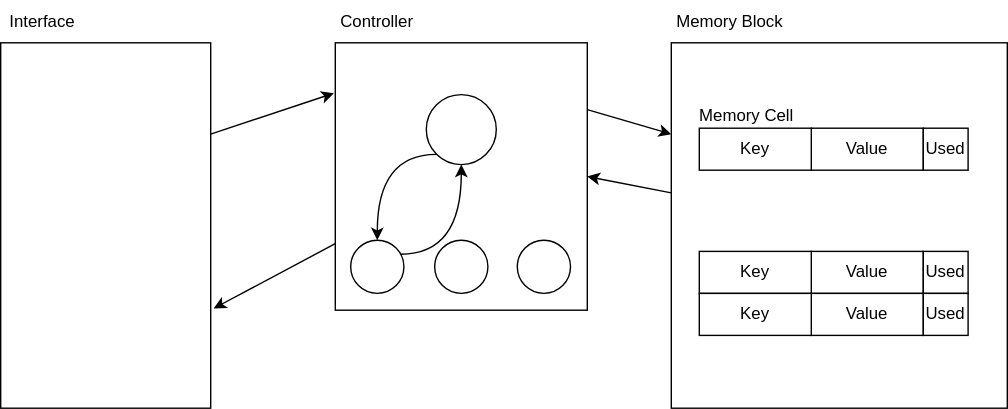
Earlier version of the draw.io export docu/src/diagramme/02_architektur.drawio.svg (philippHecht98/DyC-RedisCacheLibrelane). Source tidied: cells renumbered, new cells last; positions are measured from the earlier drawing's top-left corner, leaving out a move shared by most shapes. The source it was exported from:
```xml
<mxGraphModel>
  <root>
    <mxCell id="0" />
    <mxCell id="1" parent="0" />
    <mxCell id="2" style="edgeStyle=none;html=1;exitX=1;exitY=0.25;exitDx=0;exitDy=0;" parent="1" edge="1" source="3">
      <mxGeometry relative="1" as="geometry">
        <mxPoint x="238" y="66" as="targetPoint" />
      </mxGeometry>
    </mxCell>
    <mxCell id="3" style="rounded=0;whiteSpace=wrap;html=1;" parent="1" vertex="1">
      <mxGeometry y="30" width="150" height="261" as="geometry" />
    </mxCell>
    <mxCell id="4" style="edgeStyle=none;html=1;entryX=0;entryY=0.25;entryDx=0;entryDy=0;exitX=1;exitY=0.25;exitDx=0;exitDy=0;" parent="1" edge="1" source="5" target="7">
      <mxGeometry relative="1" as="geometry" />
    </mxCell>
    <mxCell id="5" style="rounded=0;whiteSpace=wrap;html=1;" parent="1" vertex="1">
      <mxGeometry x="239" y="30" width="180" height="191" as="geometry" />
    </mxCell>
    <mxCell id="6" style="edgeStyle=none;html=1;entryX=1;entryY=0.5;entryDx=0;entryDy=0;" parent="1" edge="1" source="7" target="5">
      <mxGeometry relative="1" as="geometry" />
    </mxCell>
    <mxCell id="7" style="rounded=0;whiteSpace=wrap;html=1;" parent="1" vertex="1">
      <mxGeometry x="479" y="30" width="240" height="261" as="geometry" />
    </mxCell>
    <mxCell id="8" value="Interface" style="text;html=1;align=center;verticalAlign=middle;whiteSpace=wrap;rounded=0;" parent="1" vertex="1">
      <mxGeometry width="60" height="30" as="geometry" />
    </mxCell>
    <mxCell id="9" value="Controller" style="text;html=1;align=center;verticalAlign=middle;whiteSpace=wrap;rounded=0;" parent="1" vertex="1">
      <mxGeometry x="239" width="60" height="30" as="geometry" />
    </mxCell>
    <mxCell id="10" value="Memory Block" style="text;html=1;align=center;verticalAlign=middle;whiteSpace=wrap;rounded=0;" parent="1" vertex="1">
      <mxGeometry x="479" width="84" height="30" as="geometry" />
    </mxCell>
    <mxCell id="11" value="Value" style="rounded=0;whiteSpace=wrap;html=1;" parent="1" vertex="1">
      <mxGeometry x="579" y="91" width="80" height="30" as="geometry" />
    </mxCell>
    <mxCell id="12" value="Used" style="rounded=0;whiteSpace=wrap;html=1;" parent="1" vertex="1">
      <mxGeometry x="659" y="91" width="32" height="30" as="geometry" />
    </mxCell>
    <mxCell id="13" value="Key" style="rounded=0;whiteSpace=wrap;html=1;" parent="1" vertex="1">
      <mxGeometry x="499" y="91" width="80" height="30" as="geometry" />
    </mxCell>
    <mxCell id="14" value="Value" style="rounded=0;whiteSpace=wrap;html=1;" parent="1" vertex="1">
      <mxGeometry x="579" y="179" width="80" height="30" as="geometry" />
    </mxCell>
    <mxCell id="15" value="Used" style="rounded=0;whiteSpace=wrap;html=1;" parent="1" vertex="1">
      <mxGeometry x="659" y="179" width="32" height="30" as="geometry" />
    </mxCell>
    <mxCell id="16" value="Key" style="rounded=0;whiteSpace=wrap;html=1;" parent="1" vertex="1">
      <mxGeometry x="499" y="179" width="80" height="30" as="geometry" />
    </mxCell>
    <mxCell id="17" value="Value" style="rounded=0;whiteSpace=wrap;html=1;" parent="1" vertex="1">
      <mxGeometry x="579" y="209" width="80" height="30" as="geometry" />
    </mxCell>
    <mxCell id="18" value="Used" style="rounded=0;whiteSpace=wrap;html=1;" parent="1" vertex="1">
      <mxGeometry x="659" y="209" width="32" height="30" as="geometry" />
    </mxCell>
    <mxCell id="19" value="Key" style="rounded=0;whiteSpace=wrap;html=1;" parent="1" vertex="1">
      <mxGeometry x="499" y="209" width="80" height="30" as="geometry" />
    </mxCell>
    <mxCell id="20" value="Memory Cell" style="text;html=1;align=center;verticalAlign=middle;whiteSpace=wrap;rounded=0;" parent="1" vertex="1">
      <mxGeometry x="491" y="67" width="84" height="30" as="geometry" />
    </mxCell>
    <mxCell id="21" style="edgeStyle=orthogonalEdgeStyle;html=1;entryX=0.5;entryY=0;entryDx=0;entryDy=0;curved=1;exitX=0;exitY=1;exitDx=0;exitDy=0;" parent="1" edge="1" source="22" target="24">
      <mxGeometry relative="1" as="geometry" />
    </mxCell>
    <mxCell id="22" style="ellipse;whiteSpace=wrap;html=1;" parent="1" vertex="1">
      <mxGeometry x="304" y="67" width="50" height="50" as="geometry" />
    </mxCell>
    <mxCell id="23" style="edgeStyle=orthogonalEdgeStyle;html=1;entryX=0.5;entryY=1;entryDx=0;entryDy=0;curved=1;" parent="1" edge="1" source="24" target="22">
      <mxGeometry relative="1" as="geometry">
        <Array as="points">
          <mxPoint x="329" y="181" />
        </Array>
      </mxGeometry>
    </mxCell>
    <mxCell id="24" style="ellipse;whiteSpace=wrap;html=1;" parent="1" vertex="1">
      <mxGeometry x="250" y="171" width="38" height="38" as="geometry" />
    </mxCell>
    <mxCell id="25" style="ellipse;whiteSpace=wrap;html=1;" parent="1" vertex="1">
      <mxGeometry x="310" y="171" width="38" height="38" as="geometry" />
    </mxCell>
    <mxCell id="26" style="ellipse;whiteSpace=wrap;html=1;" parent="1" vertex="1">
      <mxGeometry x="369" y="171" width="38" height="38" as="geometry" />
    </mxCell>
    <mxCell id="27" style="edgeStyle=none;html=1;entryX=1.014;entryY=0.727;entryDx=0;entryDy=0;entryPerimeter=0;" parent="1" edge="1" source="5" target="3">
      <mxGeometry relative="1" as="geometry" />
    </mxCell>
  </root>
</mxGraphModel>
```
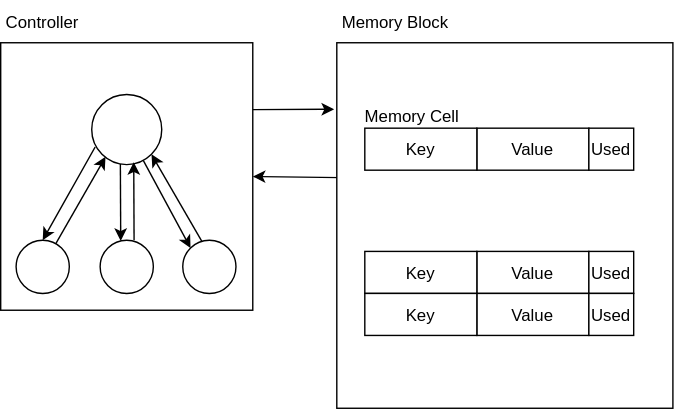
Above is the later version.

The edit, as a diff of the source:
```diff
@@ -2,89 +2,83 @@
   <root>
     <mxCell id="0" />
     <mxCell id="1" parent="0" />
-    <mxCell id="2" style="edgeStyle=none;html=1;exitX=1;exitY=0.25;exitDx=0;exitDy=0;" parent="1" edge="1" source="3">
-      <mxGeometry relative="1" as="geometry">
-        <mxPoint x="238" y="66" as="targetPoint" />
-      </mxGeometry>
-    </mxCell>
-    <mxCell id="3" style="rounded=0;whiteSpace=wrap;html=1;" parent="1" vertex="1">
-      <mxGeometry y="30" width="150" height="261" as="geometry" />
-    </mxCell>
-    <mxCell id="4" style="edgeStyle=none;html=1;entryX=0;entryY=0.25;entryDx=0;entryDy=0;exitX=1;exitY=0.25;exitDx=0;exitDy=0;" parent="1" edge="1" source="5" target="7">
+    <mxCell id="4" style="edgeStyle=none;entryX=-0.008;entryY=0.182;entryDx=0;entryDy=0;exitX=1;exitY=0.25;exitDx=0;exitDy=0;entryPerimeter=0;" parent="1" edge="1" source="5" target="7">
       <mxGeometry relative="1" as="geometry" />
     </mxCell>
-    <mxCell id="5" style="rounded=0;whiteSpace=wrap;html=1;" parent="1" vertex="1">
+    <mxCell id="5" style="rounded=0;" parent="1" vertex="1">
       <mxGeometry x="239" y="30" width="180" height="191" as="geometry" />
     </mxCell>
-    <mxCell id="6" style="edgeStyle=none;html=1;entryX=1;entryY=0.5;entryDx=0;entryDy=0;" parent="1" edge="1" source="7" target="5">
+    <mxCell id="6" style="edgeStyle=none;entryX=1;entryY=0.5;entryDx=0;entryDy=0;exitX=0.012;exitY=0.369;exitDx=0;exitDy=0;exitPerimeter=0;" parent="1" edge="1" source="7" target="5">
       <mxGeometry relative="1" as="geometry" />
     </mxCell>
-    <mxCell id="7" style="rounded=0;whiteSpace=wrap;html=1;" parent="1" vertex="1">
+    <mxCell id="7" style="rounded=0;" parent="1" vertex="1">
       <mxGeometry x="479" y="30" width="240" height="261" as="geometry" />
     </mxCell>
-    <mxCell id="8" value="Interface" style="text;html=1;align=center;verticalAlign=middle;whiteSpace=wrap;rounded=0;" parent="1" vertex="1">
-      <mxGeometry width="60" height="30" as="geometry" />
-    </mxCell>
-    <mxCell id="9" value="Controller" style="text;html=1;align=center;verticalAlign=middle;whiteSpace=wrap;rounded=0;" parent="1" vertex="1">
+    <mxCell id="9" value="Controller" style="text;align=center;verticalAlign=middle;rounded=0;" parent="1" vertex="1">
       <mxGeometry x="239" width="60" height="30" as="geometry" />
     </mxCell>
-    <mxCell id="10" value="Memory Block" style="text;html=1;align=center;verticalAlign=middle;whiteSpace=wrap;rounded=0;" parent="1" vertex="1">
+    <mxCell id="10" value="Memory Block" style="text;align=center;verticalAlign=middle;rounded=0;" parent="1" vertex="1">
       <mxGeometry x="479" width="84" height="30" as="geometry" />
     </mxCell>
-    <mxCell id="11" value="Value" style="rounded=0;whiteSpace=wrap;html=1;" parent="1" vertex="1">
+    <mxCell id="11" value="Value" style="rounded=0;" parent="1" vertex="1">
       <mxGeometry x="579" y="91" width="80" height="30" as="geometry" />
     </mxCell>
-    <mxCell id="12" value="Used" style="rounded=0;whiteSpace=wrap;html=1;" parent="1" vertex="1">
+    <mxCell id="12" value="Used" style="rounded=0;" parent="1" vertex="1">
       <mxGeometry x="659" y="91" width="32" height="30" as="geometry" />
     </mxCell>
-    <mxCell id="13" value="Key" style="rounded=0;whiteSpace=wrap;html=1;" parent="1" vertex="1">
+    <mxCell id="13" value="Key" style="rounded=0;" parent="1" vertex="1">
       <mxGeometry x="499" y="91" width="80" height="30" as="geometry" />
     </mxCell>
-    <mxCell id="14" value="Value" style="rounded=0;whiteSpace=wrap;html=1;" parent="1" vertex="1">
+    <mxCell id="14" value="Value" style="rounded=0;" parent="1" vertex="1">
       <mxGeometry x="579" y="179" width="80" height="30" as="geometry" />
     </mxCell>
-    <mxCell id="15" value="Used" style="rounded=0;whiteSpace=wrap;html=1;" parent="1" vertex="1">
+    <mxCell id="15" value="Used" style="rounded=0;" parent="1" vertex="1">
       <mxGeometry x="659" y="179" width="32" height="30" as="geometry" />
     </mxCell>
-    <mxCell id="16" value="Key" style="rounded=0;whiteSpace=wrap;html=1;" parent="1" vertex="1">
+    <mxCell id="16" value="Key" style="rounded=0;" parent="1" vertex="1">
       <mxGeometry x="499" y="179" width="80" height="30" as="geometry" />
     </mxCell>
-    <mxCell id="17" value="Value" style="rounded=0;whiteSpace=wrap;html=1;" parent="1" vertex="1">
+    <mxCell id="17" value="Value" style="rounded=0;" parent="1" vertex="1">
       <mxGeometry x="579" y="209" width="80" height="30" as="geometry" />
     </mxCell>
-    <mxCell id="18" value="Used" style="rounded=0;whiteSpace=wrap;html=1;" parent="1" vertex="1">
+    <mxCell id="18" value="Used" style="rounded=0;" parent="1" vertex="1">
       <mxGeometry x="659" y="209" width="32" height="30" as="geometry" />
     </mxCell>
-    <mxCell id="19" value="Key" style="rounded=0;whiteSpace=wrap;html=1;" parent="1" vertex="1">
+    <mxCell id="19" value="Key" style="rounded=0;" parent="1" vertex="1">
       <mxGeometry x="499" y="209" width="80" height="30" as="geometry" />
     </mxCell>
-    <mxCell id="20" value="Memory Cell" style="text;html=1;align=center;verticalAlign=middle;whiteSpace=wrap;rounded=0;" parent="1" vertex="1">
+    <mxCell id="20" value="Memory Cell" style="text;align=center;verticalAlign=middle;rounded=0;" parent="1" vertex="1">
       <mxGeometry x="491" y="67" width="84" height="30" as="geometry" />
     </mxCell>
-    <mxCell id="21" style="edgeStyle=orthogonalEdgeStyle;html=1;entryX=0.5;entryY=0;entryDx=0;entryDy=0;curved=1;exitX=0;exitY=1;exitDx=0;exitDy=0;" parent="1" edge="1" source="22" target="24">
+    <mxCell id="21" style="edgeStyle=none;html=1;entryX=0.5;entryY=0;entryDx=0;entryDy=0;exitX=0.049;exitY=0.749;exitDx=0;exitDy=0;exitPerimeter=0;" parent="1" edge="1" source="22" target="24">
       <mxGeometry relative="1" as="geometry" />
     </mxCell>
+    <mxCell id="28" style="edgeStyle=none;html=1;entryX=0;entryY=0;entryDx=0;entryDy=0;" parent="1" edge="1" source="22" target="26">
+      <mxGeometry relative="1" as="geometry" />
+    </mxCell>
-    <mxCell id="22" style="ellipse;whiteSpace=wrap;html=1;" parent="1" vertex="1">
+    <mxCell id="22" style="ellipse;" parent="1" vertex="1">
       <mxGeometry x="304" y="67" width="50" height="50" as="geometry" />
     </mxCell>
-    <mxCell id="23" style="edgeStyle=orthogonalEdgeStyle;html=1;entryX=0.5;entryY=1;entryDx=0;entryDy=0;curved=1;" parent="1" edge="1" source="24" target="22">
-      <mxGeometry relative="1" as="geometry">
-        <Array as="points">
-          <mxPoint x="329" y="181" />
-        </Array>
-      </mxGeometry>
-    </mxCell>
-    <mxCell id="24" style="ellipse;whiteSpace=wrap;html=1;" parent="1" vertex="1">
+    <mxCell id="24" style="ellipse;" parent="1" vertex="1">
       <mxGeometry x="250" y="171" width="38" height="38" as="geometry" />
     </mxCell>
-    <mxCell id="25" style="ellipse;whiteSpace=wrap;html=1;" parent="1" vertex="1">
+    <mxCell id="25" style="ellipse;" parent="1" vertex="1">
       <mxGeometry x="310" y="171" width="38" height="38" as="geometry" />
     </mxCell>
+    <mxCell id="29" style="edgeStyle=none;html=1;entryX=1;entryY=1;entryDx=0;entryDy=0;exitX=0.362;exitY=0.026;exitDx=0;exitDy=0;exitPerimeter=0;" parent="1" edge="1" source="26" target="22">
+      <mxGeometry relative="1" as="geometry" />
+    </mxCell>
-    <mxCell id="26" style="ellipse;whiteSpace=wrap;html=1;" parent="1" vertex="1">
+    <mxCell id="26" style="ellipse;" parent="1" vertex="1">
       <mxGeometry x="369" y="171" width="38" height="38" as="geometry" />
     </mxCell>
-    <mxCell id="27" style="edgeStyle=none;html=1;entryX=1.014;entryY=0.727;entryDx=0;entryDy=0;entryPerimeter=0;" parent="1" edge="1" source="5" target="3">
-      <mxGeometry relative="1" as="geometry" />
-    </mxCell>
+    <mxCell id="23" style="edgeStyle=none;html=1;entryX=0.197;entryY=0.889;entryDx=0;entryDy=0;entryPerimeter=0;" parent="1" edge="1" source="24" target="22">
+      <mxGeometry relative="1" as="geometry" />
+    </mxCell>
+    <mxCell id="30" style="edgeStyle=none;html=1;entryX=0.387;entryY=0.013;entryDx=0;entryDy=0;entryPerimeter=0;exitX=0.409;exitY=0.99;exitDx=0;exitDy=0;exitPerimeter=0;" parent="1" edge="1" source="22" target="25">
+      <mxGeometry relative="1" as="geometry" />
+    </mxCell>
+    <mxCell id="31" style="edgeStyle=none;html=1;entryX=0.6;entryY=0.965;entryDx=0;entryDy=0;entryPerimeter=0;exitX=0.638;exitY=-0.001;exitDx=0;exitDy=0;exitPerimeter=0;" parent="1" edge="1" source="25" target="22">
+      <mxGeometry relative="1" as="geometry" />
+    </mxCell>
   </root>
 </mxGraphModel>
```
